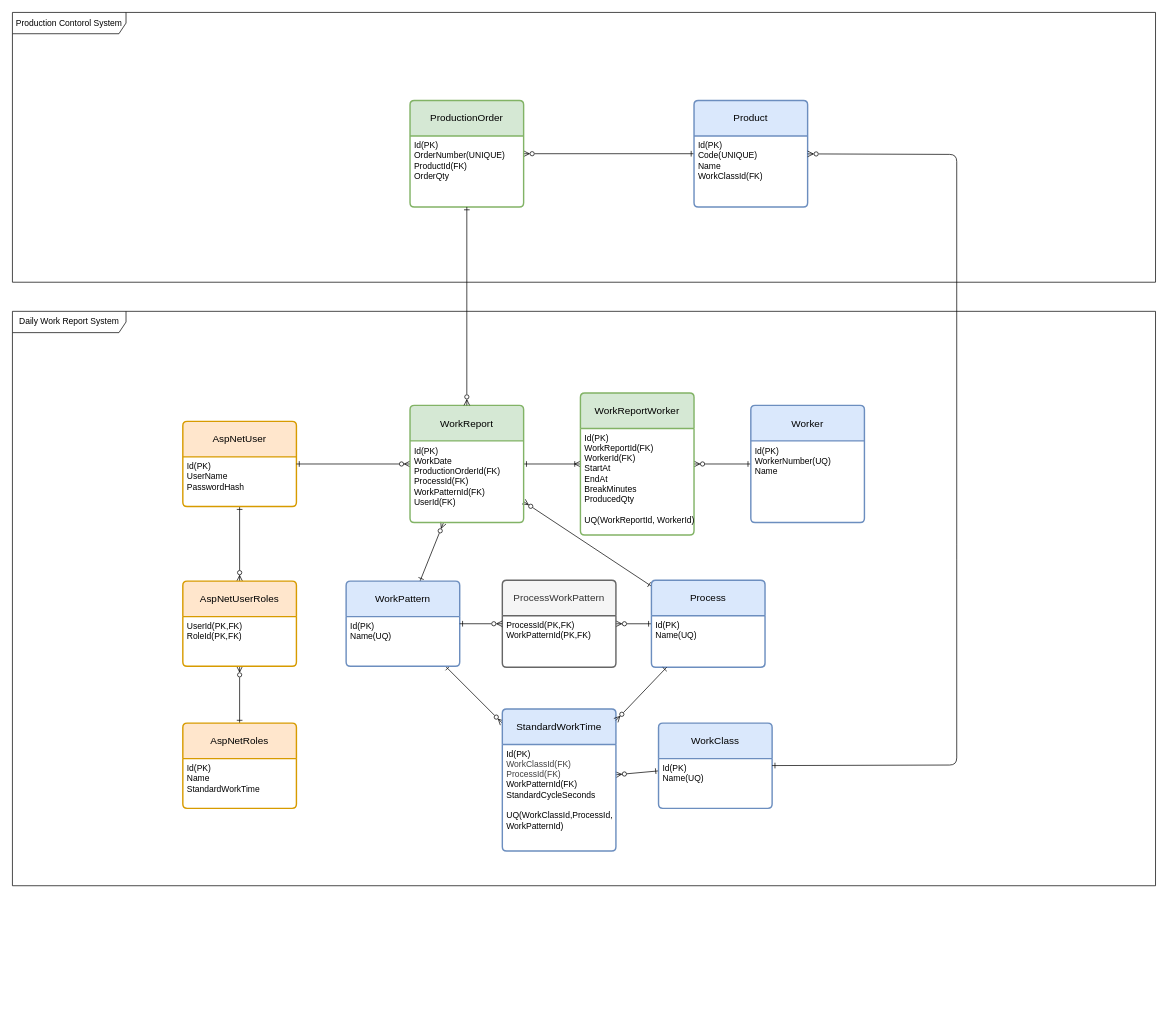
Above: docs/er.drawio in junyatanak/work-report-system (draw.io), before the change. Source tidied: cells renumbered, new cells numbered last; positions are measured from the earlier drawing's top-left corner, leaving out a move shared by most shapes. Both pictures are drawn from the tidied source at 71%, with x=0, y=0 at pixel (12, 12).
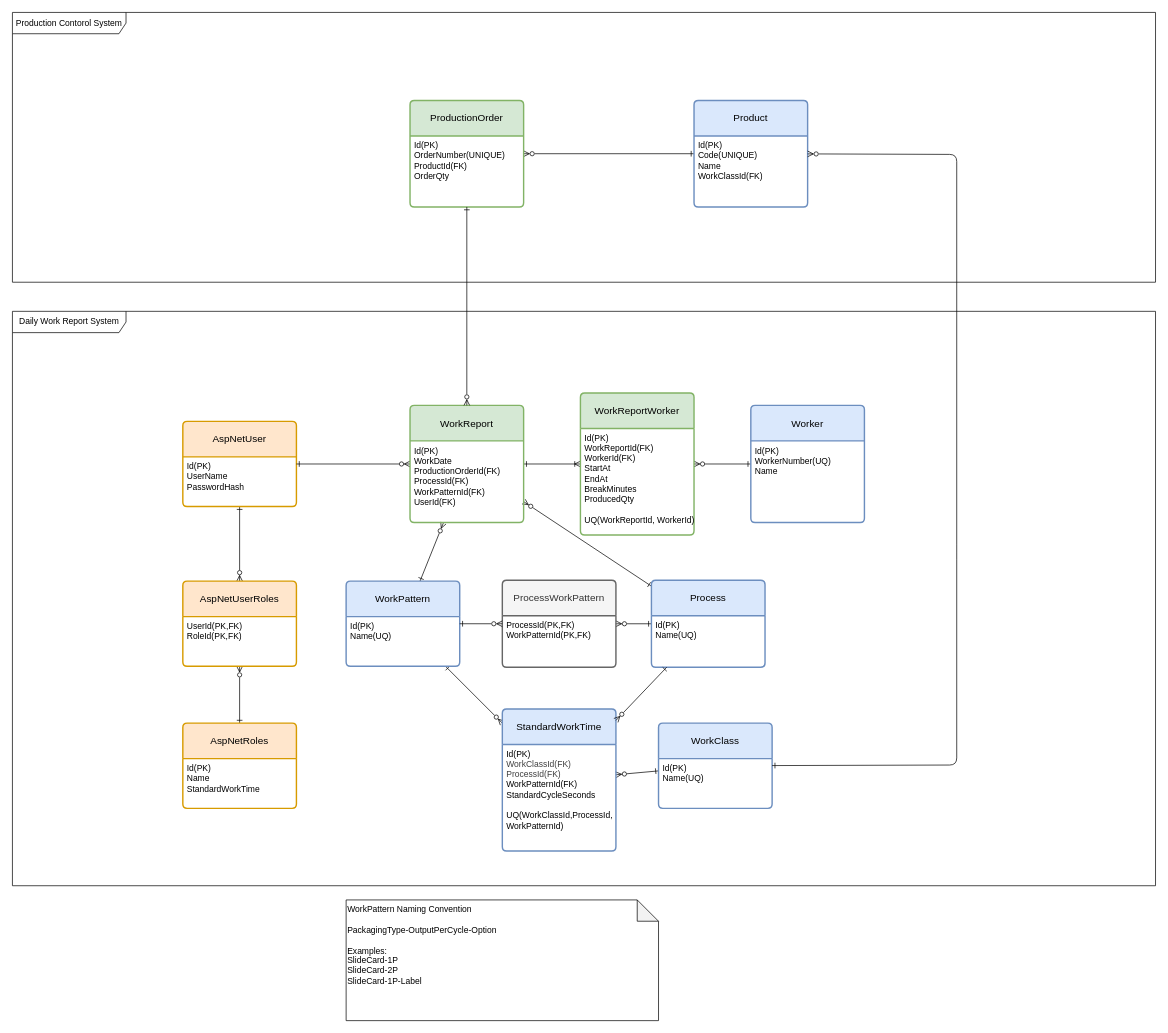
The same page after the edit.

Commit message:
add note to er diagram

Diff of the diagram source:
```diff
@@
+    <mxCell id="45" value="WorkPattern Naming Convention&lt;br&gt;&lt;br&gt;PackagingType-OutputPerCycle-Option&lt;div&gt;&lt;font color=&quot;#000000&quot;&gt;&lt;br&gt;&lt;/font&gt;Examples:&lt;br&gt;SlideCard-1P&lt;br&gt;SlideCard-2P&lt;br&gt;SlideCard-1P-Label&lt;div&gt;&lt;br&gt;&lt;/div&gt;&lt;div&gt;&lt;br&gt;&lt;/div&gt;&lt;/div&gt;" style="shape=note;whiteSpace=wrap;html=1;backgroundOutline=1;darkOpacity=0.05;align=left;verticalAlign=top;" parent="1" vertex="1">
+      <mxGeometry x="470" y="1250" width="440" height="170" as="geometry" />
+    </mxCell>
```
